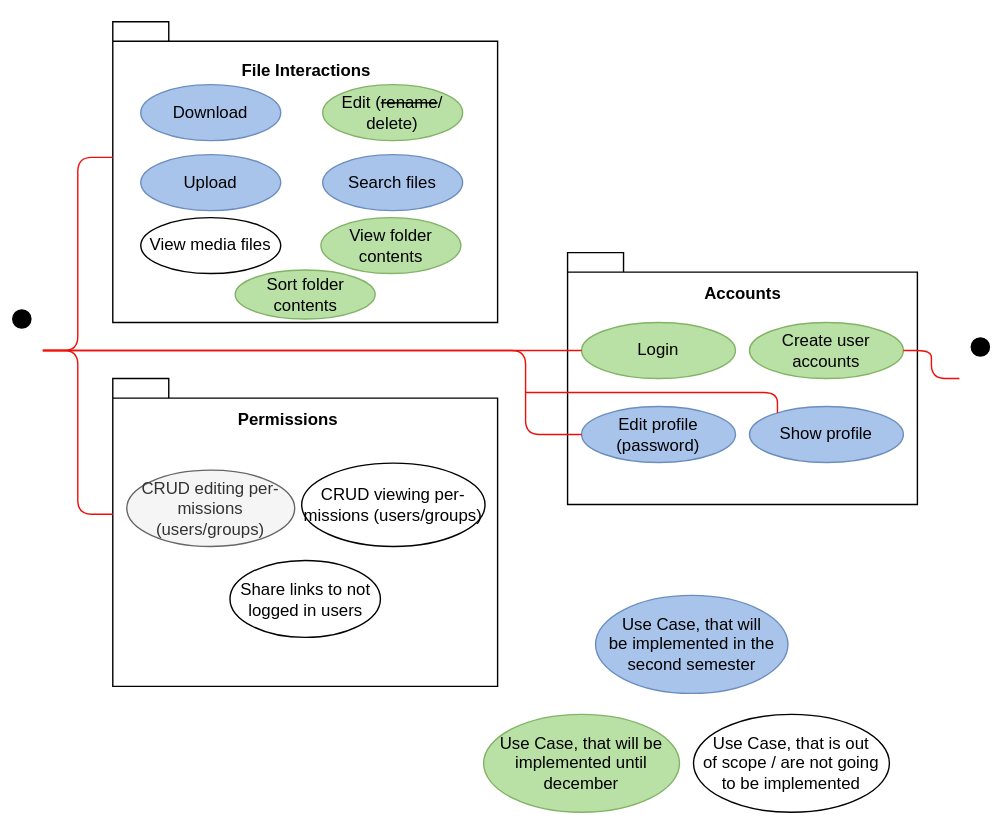
FileFighter/filefighter.github.io keeps this draw.io diagram as assets/diagrams/usecases.svg. Above is the earlier version. Source tidied: cells renumbered, new cells last; positions are measured from the earlier drawing's top-left corner, leaving out a move shared by most shapes.
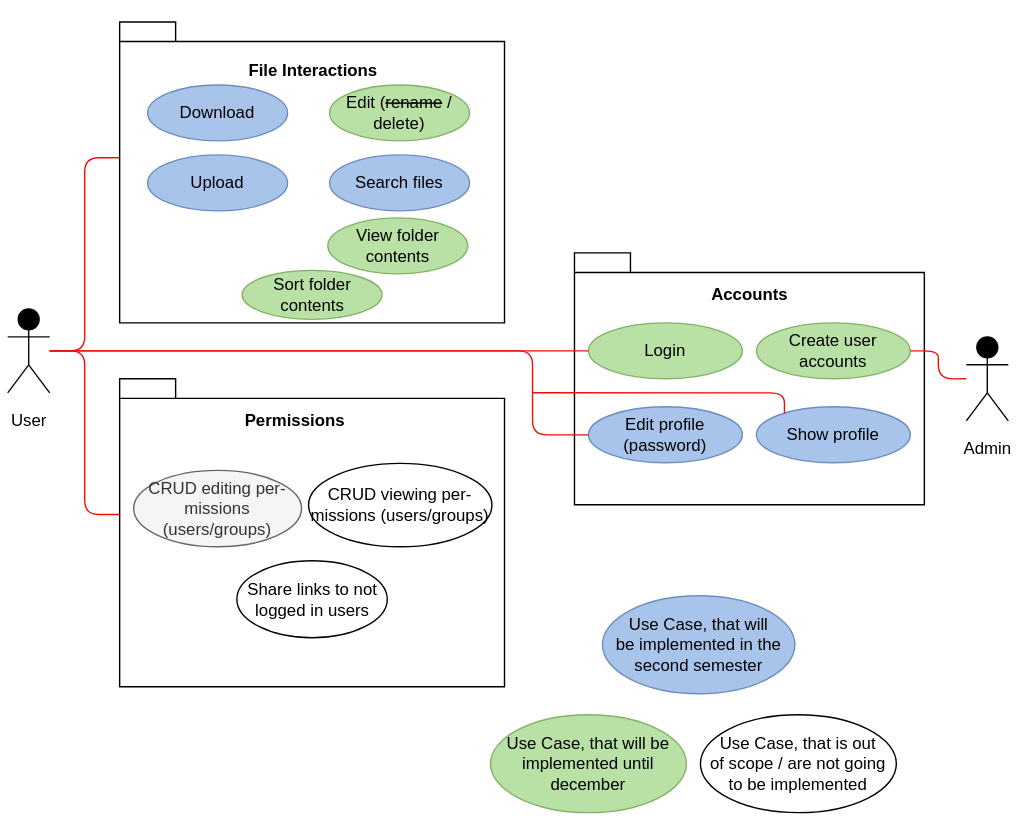
Later version of the same file.

Commit message:
update usecase diagram

The edit, as a diff of the source:
```diff
@@ -5,7 +5,7 @@
     <mxCell id="2" style="rounded=0;whiteSpace=wrap;html=1;fillColor=none;strokeColor=#FFFFFF;" parent="1" vertex="1">
       <mxGeometry x="45" width="630" height="590" as="geometry" />
     </mxCell>
-    <mxCell id="3" value="&lt;font color=&quot;#ffffff&quot;&gt;User&lt;/font&gt;" style="shape=umlActor;verticalLabelPosition=bottom;verticalAlign=top;html=1;strokeColor=#FFFFFF;fillColor=#000000;" parent="1" vertex="1">
+    <mxCell id="3" value="&lt;font color=&quot;#ffffff&quot;&gt;a&lt;/font&gt;" style="shape=umlActor;verticalLabelPosition=bottom;verticalAlign=top;html=1;fillColor=#000000;strokeColor=#080808;" parent="1" vertex="1">
       <mxGeometry y="220" width="30" height="60" as="geometry" />
     </mxCell>
     <mxCell id="4" style="shape=folder;fontStyle=1;spacingTop=10;tabWidth=40;tabHeight=14;tabPosition=left;html=1;" parent="1" vertex="1">
@@ -38,12 +38,9 @@
     <mxCell id="13" value="CRUD editing per-missions (users/groups)" style="ellipse;whiteSpace=wrap;html=1;strokeColor=#666666;fillColor=#f5f5f5;fontColor=#333333;" parent="1" vertex="1">
       <mxGeometry x="90" y="335.4" width="120" height="54.5" as="geometry" />
     </mxCell>
-    <mxCell id="14" value="&lt;font color=&quot;#ffffff&quot;&gt;Admin&lt;/font&gt;" style="shape=umlActor;verticalLabelPosition=bottom;verticalAlign=top;html=1;fillColor=#000000;strokeColor=#FFFFFF;" parent="1" vertex="1">
+    <mxCell id="14" value="&lt;font color=&quot;#ffffff&quot;&gt;Admin&lt;/font&gt;" style="shape=umlActor;verticalLabelPosition=bottom;verticalAlign=top;html=1;fillColor=#000000;strokeColor=#050505;" parent="1" vertex="1">
       <mxGeometry x="685" y="240" width="30" height="60" as="geometry" />
     </mxCell>
-    <mxCell id="15" value="View media files" style="ellipse;whiteSpace=wrap;html=1;" parent="1" vertex="1">
-      <mxGeometry x="100" y="155" width="100" height="40" as="geometry" />
-    </mxCell>
     <mxCell id="16" value="CRUD&amp;nbsp;viewing per-missions (users/groups)" style="ellipse;whiteSpace=wrap;html=1;" parent="1" vertex="1">
       <mxGeometry x="215" y="330.4" width="131" height="59.5" as="geometry" />
     </mxCell>
@@ -121,5 +118,11 @@
     <mxCell id="36" style="edgeStyle=orthogonalEdgeStyle;rounded=0;orthogonalLoop=1;jettySize=auto;html=1;exitX=0.5;exitY=1;exitDx=0;exitDy=0;exitPerimeter=0;" parent="1" edge="1" source="6" target="6">
       <mxGeometry relative="1" as="geometry" />
     </mxCell>
+    <mxCell id="37" value="User" style="text;html=1;align=center;verticalAlign=middle;" parent="1" vertex="1">
+      <mxGeometry x="-5" y="290" width="40" height="20" as="geometry" />
+    </mxCell>
+    <mxCell id="38" value="Admin" style="text;html=1;align=center;verticalAlign=middle;" parent="1" vertex="1">
+      <mxGeometry x="675" y="310" width="50" height="20" as="geometry" />
+    </mxCell>
   </root>
 </mxGraphModel>
```
